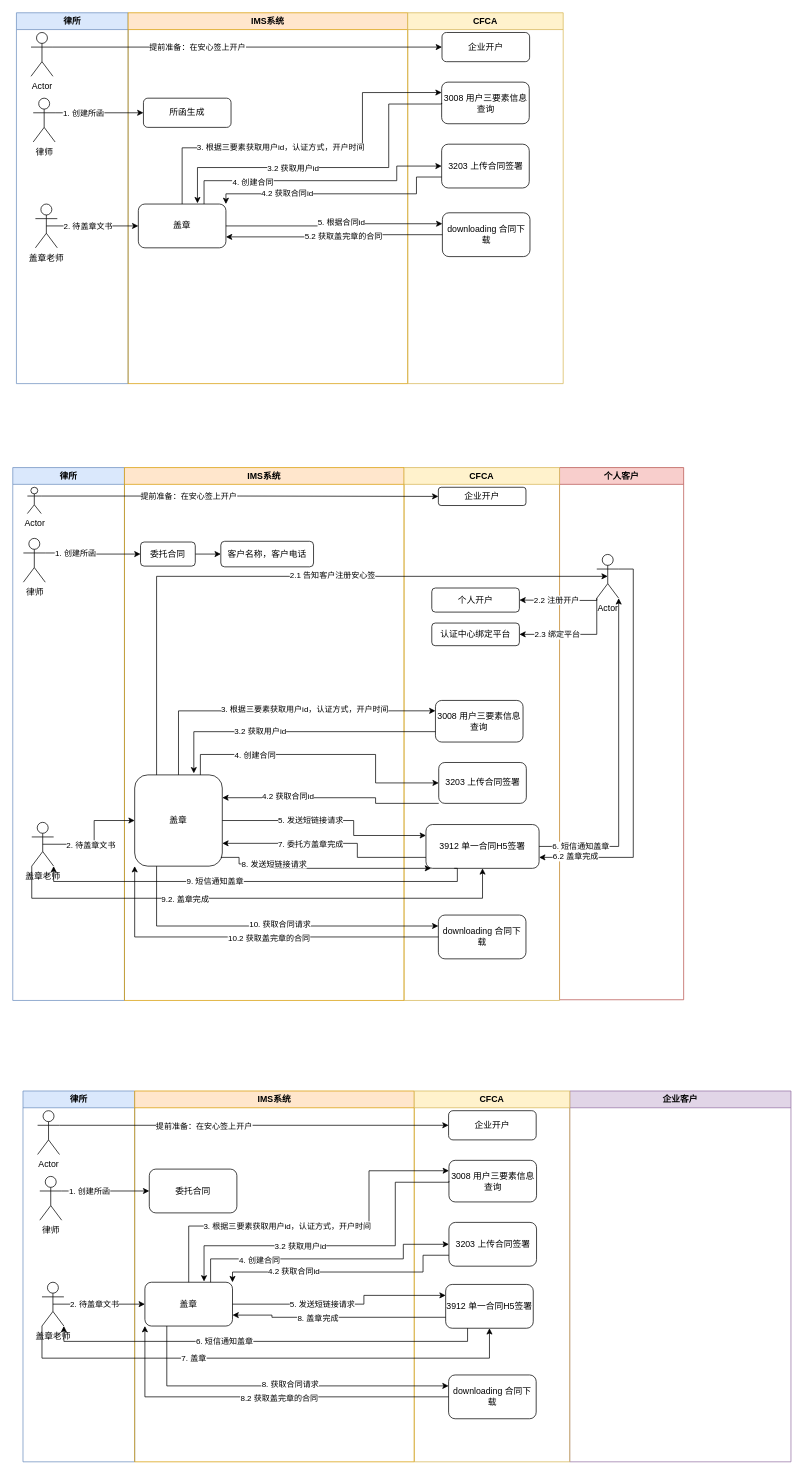
This is CFCA.drawio from hy986/Repo_0110, a draw.io file, before an edit. Source tidied: cells renumbered, new cells numbered last; positions are measured from the earlier drawing's top-left corner, leaving out a move shared by most shapes. Both pictures are drawn from the tidied source at 73%, with x=0, y=0 at pixel (12, 12).
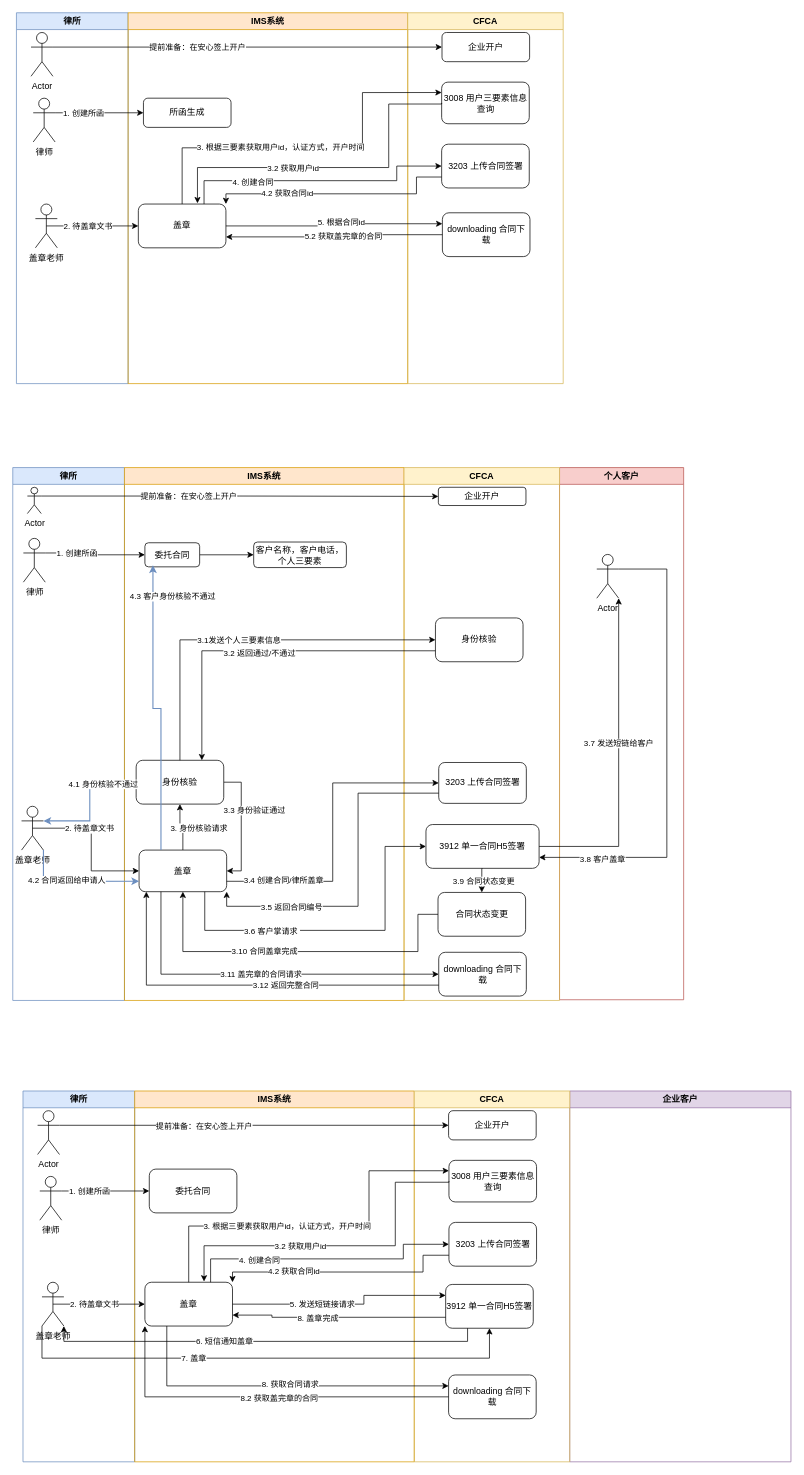
After the change.

The change refers to these unchanged cells:
```xml
<mxCell id="10" value="Actor" style="shape=umlActor;verticalLabelPosition=bottom;verticalAlign=top;html=1;outlineConnect=0;" parent="9" vertex="1">
  <mxGeometry x="51" y="119" width="30" height="60" as="geometry" />
</mxCell>
<mxCell id="35" value="律所" style="swimlane;whiteSpace=wrap;html=1;fillColor=#dae8fc;strokeColor=#6c8ebf;" parent="1" vertex="1">
  <mxGeometry y="623" width="153" height="730" as="geometry" />
</mxCell>
<mxCell id="39" value="IMS系统" style="swimlane;whiteSpace=wrap;html=1;fillColor=#ffe6cc;strokeColor=#d79b00;" parent="1" vertex="1">
  <mxGeometry x="153" y="623" width="383" height="730" as="geometry" />
</mxCell>
<mxCell id="48" value="CFCA" style="swimlane;whiteSpace=wrap;html=1;fillColor=#fff2cc;strokeColor=#d6b656;" parent="1" vertex="1">
  <mxGeometry x="536" y="623" width="213" height="730" as="geometry" />
</mxCell>
<mxCell id="49" value="3203&amp;nbsp;上传合同签署" style="rounded=1;whiteSpace=wrap;html=1;" parent="48" vertex="1">
  <mxGeometry x="47.5" y="404" width="120" height="56" as="geometry" />
</mxCell>
<mxCell id="51" value="3912&amp;nbsp;单一合同H5签署" style="rounded=1;whiteSpace=wrap;html=1;" parent="48" vertex="1">
  <mxGeometry x="30" y="489" width="155" height="60" as="geometry" />
</mxCell>
<mxCell id="123" style="edgeStyle=orthogonalEdgeStyle;rounded=0;jettySize=auto;html=1;exitX=1;exitY=0.5;exitDx=0;exitDy=0;entryX=1;entryY=1;entryDx=0;entryDy=0;entryPerimeter=0;" parent="1" edge="1" source="51" target="10">
  <mxGeometry relative="1" as="geometry" />
</mxCell>
```

Diff of the diagram source:
```diff
@@
     <mxCell id="37" value="盖章老师" style="shape=umlActor;verticalLabelPosition=bottom;verticalAlign=top;html=1;outlineConnect=0;" parent="35" vertex="1">
-      <mxGeometry x="26" y="486" width="30" height="60" as="geometry" />
+      <mxGeometry x="12" y="464" width="30" height="60" as="geometry" />
     </mxCell>
@@
     <mxCell id="41" value="委托合同" style="rounded=1;whiteSpace=wrap;html=1;" parent="39" vertex="1">
-      <mxGeometry x="22" y="102" width="75" height="33" as="geometry" />
+      <mxGeometry x="28" y="103" width="75" height="33" as="geometry" />
     </mxCell>
+    <mxCell id="129" style="edgeStyle=orthogonalEdgeStyle;rounded=0;jettySize=auto;html=1;exitX=0.5;exitY=0;exitDx=0;exitDy=0;" parent="39" edge="1" source="42" target="133">
+      <mxGeometry relative="1" as="geometry" />
+    </mxCell>
+    <mxCell id="130" value="3. 身份核验请求" style="edgeLabel;html=1;align=center;verticalAlign=middle;" parent="129" vertex="1">
+      <mxGeometry x="0.28" y="1" relative="1" as="geometry">
+        <mxPoint x="26" y="8" as="offset" />
+      </mxGeometry>
+    </mxCell>
     <mxCell id="42" value="盖章" style="rounded=1;whiteSpace=wrap;html=1;" parent="39" vertex="1">
-      <mxGeometry x="14" y="421" width="120" height="125" as="geometry" />
+      <mxGeometry x="20" y="524" width="120" height="57" as="geometry" />
     </mxCell>
-    <mxCell id="43" value="客户名称，客户电话" style="rounded=1;whiteSpace=wrap;html=1;" parent="39" vertex="1">
-      <mxGeometry x="132" y="101" width="127" height="35" as="geometry" />
+    <mxCell id="43" value="客户名称，客户电话，个人三要素" style="rounded=1;whiteSpace=wrap;html=1;" parent="39" vertex="1">
+      <mxGeometry x="177" y="102" width="127" height="35" as="geometry" />
     </mxCell>
+    <mxCell id="131" style="edgeStyle=orthogonalEdgeStyle;rounded=0;jettySize=auto;html=1;exitX=1;exitY=0.5;exitDx=0;exitDy=0;entryX=1;entryY=0.5;entryDx=0;entryDy=0;" parent="39" edge="1" source="133" target="42">
+      <mxGeometry relative="1" as="geometry" />
+    </mxCell>
+    <mxCell id="132" value="3.3 身份验证通过" style="edgeLabel;html=1;align=center;verticalAlign=middle;" parent="131" vertex="1">
+      <mxGeometry y="-1" relative="1" as="geometry">
+        <mxPoint x="18" y="-21" as="offset" />
+      </mxGeometry>
+    </mxCell>
+    <mxCell id="133" value="身份核验" style="rounded=1;whiteSpace=wrap;html=1;" parent="39" vertex="1">
+      <mxGeometry x="16" y="401" width="120" height="60" as="geometry" />
+    </mxCell>
+    <mxCell id="134" style="edgeStyle=orthogonalEdgeStyle;rounded=0;jettySize=auto;html=1;exitX=0.25;exitY=0;exitDx=0;exitDy=0;entryX=0.147;entryY=0.939;entryDx=0;entryDy=0;entryPerimeter=0;fillColor=#dae8fc;strokeColor=#6c8ebf;strokeWidth=1.5;" parent="39" edge="1" source="42" target="41">
+      <mxGeometry relative="1" as="geometry" />
+    </mxCell>
+    <mxCell id="135" value="4.3 客户身份核验不通过" style="edgeLabel;html=1;align=center;verticalAlign=middle;" parent="134" vertex="1">
+      <mxGeometry x="0.54" relative="1" as="geometry">
+        <mxPoint x="26" y="-50" as="offset" />
+      </mxGeometry>
+    </mxCell>
@@
-    <mxCell id="50" value="3008&amp;nbsp;用户三要素信息查询" style="rounded=1;whiteSpace=wrap;html=1;" parent="48" vertex="1">
-      <mxGeometry x="43" y="319" width="120" height="57" as="geometry" />
-    </mxCell>
+    <mxCell id="136" style="edgeStyle=orthogonalEdgeStyle;rounded=0;jettySize=auto;html=1;exitX=0.5;exitY=1;exitDx=0;exitDy=0;entryX=0.5;entryY=0;entryDx=0;entryDy=0;" parent="48" edge="1" source="51" target="139">
+      <mxGeometry relative="1" as="geometry" />
+    </mxCell>
+    <mxCell id="137" value="3.9 合同状态变更" style="edgeLabel;html=1;align=center;verticalAlign=middle;" parent="136" vertex="1">
+      <mxGeometry x="0.06" y="2" relative="1" as="geometry" />
+    </mxCell>
@@
     <mxCell id="53" value="downloading 合同下载" style="rounded=1;whiteSpace=wrap;html=1;" parent="48" vertex="1">
-      <mxGeometry x="47" y="613" width="120" height="60" as="geometry" />
+      <mxGeometry x="47.5" y="664" width="120" height="60" as="geometry" />
     </mxCell>
-    <mxCell id="54" value="个人开户" style="rounded=1;whiteSpace=wrap;html=1;" parent="48" vertex="1">
-      <mxGeometry x="38" y="165" width="120" height="33" as="geometry" />
-    </mxCell>
-    <mxCell id="55" value="认证中心绑定平台" style="rounded=1;whiteSpace=wrap;html=1;" parent="48" vertex="1">
-      <mxGeometry x="38" y="213" width="120" height="31" as="geometry" />
-    </mxCell>
-    <mxCell id="56" style="edgeStyle=orthogonalEdgeStyle;rounded=0;jettySize=auto;html=1;exitX=0.75;exitY=0;exitDx=0;exitDy=0;entryX=0;entryY=0.5;entryDx=0;entryDy=0;" parent="1" edge="1" source="42" target="49">
-      <mxGeometry relative="1" as="geometry">
-        <Array as="points">
-          <mxPoint x="257" y="1016" />
-          <mxPoint x="497" y="1016" />
-          <mxPoint x="497" y="1055" />
-        </Array>
-      </mxGeometry>
-    </mxCell>
-    <mxCell id="57" value="4. 创建合同" style="edgeLabel;html=1;align=center;verticalAlign=middle;" parent="56" vertex="1">
-      <mxGeometry x="-0.48" y="-1" relative="1" as="geometry" />
-    </mxCell>
-    <mxCell id="58" style="edgeStyle=orthogonalEdgeStyle;rounded=0;jettySize=auto;html=1;exitX=0.5;exitY=0;exitDx=0;exitDy=0;entryX=0;entryY=0.25;entryDx=0;entryDy=0;" parent="1" edge="1" source="42" target="50">
-      <mxGeometry relative="1" as="geometry">
-        <Array as="points">
-          <mxPoint x="227" y="956" />
-        </Array>
-      </mxGeometry>
-    </mxCell>
-    <mxCell id="59" value="3. 根据三要素获取用户id，认证方式，开户时间" style="edgeLabel;html=1;align=center;verticalAlign=middle;" parent="58" vertex="1">
-      <mxGeometry x="-0.46" y="2" relative="1" as="geometry">
-        <mxPoint x="141" as="offset" />
-      </mxGeometry>
-    </mxCell>
-    <mxCell id="60" style="edgeStyle=orthogonalEdgeStyle;rounded=0;jettySize=auto;html=1;exitX=1;exitY=0.5;exitDx=0;exitDy=0;entryX=0;entryY=0.25;entryDx=0;entryDy=0;" parent="1" edge="1" source="42" target="51">
-      <mxGeometry relative="1" as="geometry">
-        <Array as="points">
-          <mxPoint x="467" y="1107" />
-          <mxPoint x="467" y="1127" />
-        </Array>
-      </mxGeometry>
-    </mxCell>
-    <mxCell id="61" value="5. 发送短链接请求" style="edgeLabel;html=1;align=center;verticalAlign=middle;" parent="60" vertex="1">
-      <mxGeometry x="-0.2" relative="1" as="geometry" />
-    </mxCell>
-    <mxCell id="62" style="edgeStyle=orthogonalEdgeStyle;rounded=0;jettySize=auto;html=1;entryX=1;entryY=1;entryDx=0;entryDy=0;exitX=0.25;exitY=1;exitDx=0;exitDy=0;entryPerimeter=0;" parent="1" edge="1" source="51" target="37">
-      <mxGeometry relative="1" as="geometry">
-        <Array as="points">
-          <mxPoint x="609" y="1190" />
-          <mxPoint x="56" y="1190" />
-        </Array>
-      </mxGeometry>
-    </mxCell>
-    <mxCell id="63" value="9. 短信通知盖章" style="edgeLabel;html=1;align=center;verticalAlign=middle;" parent="62" vertex="1">
-      <mxGeometry x="0.19" y="-1" relative="1" as="geometry" />
-    </mxCell>
-    <mxCell id="64" style="edgeStyle=orthogonalEdgeStyle;rounded=0;jettySize=auto;html=1;exitX=0;exitY=1;exitDx=0;exitDy=0;exitPerimeter=0;entryX=0.5;entryY=1;entryDx=0;entryDy=0;" parent="1" edge="1" source="37" target="51">
-      <mxGeometry relative="1" as="geometry">
-        <Array as="points">
-          <mxPoint x="26" y="1213" />
-          <mxPoint x="644" y="1213" />
-        </Array>
-      </mxGeometry>
-    </mxCell>
-    <mxCell id="65" value="9.2. 盖章完成" style="edgeLabel;html=1;align=center;verticalAlign=middle;" parent="64" vertex="1">
-      <mxGeometry x="-0.28" relative="1" as="geometry" />
-    </mxCell>
-    <mxCell id="66" style="edgeStyle=orthogonalEdgeStyle;rounded=0;jettySize=auto;html=1;entryX=1;entryY=0.75;entryDx=0;entryDy=0;exitX=0;exitY=0.75;exitDx=0;exitDy=0;" parent="1" edge="1" source="51" target="42">
-      <mxGeometry relative="1" as="geometry">
-        <Array as="points">
-          <mxPoint x="472" y="1157" />
-          <mxPoint x="472" y="1138" />
-        </Array>
-      </mxGeometry>
-    </mxCell>
-    <mxCell id="67" value="7. 委托方盖章完成" style="edgeLabel;html=1;align=center;verticalAlign=middle;" parent="66" vertex="1">
-      <mxGeometry x="0.38" y="-4" relative="1" as="geometry">
-        <mxPoint x="28" y="5" as="offset" />
-      </mxGeometry>
-    </mxCell>
-    <mxCell id="68" style="edgeStyle=orthogonalEdgeStyle;rounded=0;jettySize=auto;html=1;entryX=0.675;entryY=-0.017;entryDx=0;entryDy=0;entryPerimeter=0;exitX=0;exitY=0.75;exitDx=0;exitDy=0;" parent="1" edge="1" source="50" target="42">
-      <mxGeometry relative="1" as="geometry">
-        <Array as="points">
-          <mxPoint x="248" y="985" />
-        </Array>
-      </mxGeometry>
-    </mxCell>
-    <mxCell id="69" value="3.2 获取用户id" style="edgeLabel;html=1;align=center;verticalAlign=middle;" parent="68" vertex="1">
-      <mxGeometry x="0.24" relative="1" as="geometry" />
-    </mxCell>
+    <mxCell id="138" value="身份核验" style="rounded=1;whiteSpace=wrap;html=1;" parent="48" vertex="1">
+      <mxGeometry x="43" y="206" width="120" height="60" as="geometry" />
+    </mxCell>
+    <mxCell id="139" value="合同状态变更" style="rounded=1;whiteSpace=wrap;html=1;" parent="48" vertex="1">
+      <mxGeometry x="46.5" y="582" width="120" height="60" as="geometry" />
+    </mxCell>
@@
-    <mxCell id="72" style="edgeStyle=orthogonalEdgeStyle;rounded=0;jettySize=auto;html=1;exitX=0;exitY=1;exitDx=0;exitDy=0;entryX=1;entryY=0.25;entryDx=0;entryDy=0;" parent="1" edge="1" source="49" target="42">
-      <mxGeometry relative="1" as="geometry">
-        <Array as="points">
-          <mxPoint x="497" y="1083" />
-          <mxPoint x="497" y="1075" />
-        </Array>
-      </mxGeometry>
-    </mxCell>
-    <mxCell id="73" value="4.2 获取合同id" style="edgeLabel;html=1;align=center;verticalAlign=middle;" parent="72" vertex="1">
-      <mxGeometry x="0.42" y="-2" relative="1" as="geometry">
-        <mxPoint x="1" as="offset" />
-      </mxGeometry>
-    </mxCell>
-    <mxCell id="74" style="edgeStyle=orthogonalEdgeStyle;rounded=0;jettySize=auto;html=1;exitX=0;exitY=0.5;exitDx=0;exitDy=0;entryX=0;entryY=1;entryDx=0;entryDy=0;" parent="1" edge="1" source="53" target="42">
-      <mxGeometry relative="1" as="geometry" />
-    </mxCell>
-    <mxCell id="75" value="10.2 获取盖完章的合同" style="edgeLabel;html=1;align=center;verticalAlign=middle;" parent="74" vertex="1">
-      <mxGeometry x="-0.09" y="1" relative="1" as="geometry" />
-    </mxCell>
-    <mxCell id="76" style="edgeStyle=orthogonalEdgeStyle;rounded=0;jettySize=auto;html=1;exitX=0.25;exitY=1;exitDx=0;exitDy=0;entryX=0;entryY=0.25;entryDx=0;entryDy=0;" parent="1" edge="1" source="42" target="53">
-      <mxGeometry relative="1" as="geometry" />
-    </mxCell>
-    <mxCell id="77" value="10. 获取合同请求" style="edgeLabel;html=1;align=center;verticalAlign=middle;" parent="76" vertex="1">
-      <mxGeometry x="0.07" y="3" relative="1" as="geometry" />
-    </mxCell>
@@
-    <mxCell id="117" style="edgeStyle=orthogonalEdgeStyle;rounded=0;jettySize=auto;html=1;exitX=0.25;exitY=0;exitDx=0;exitDy=0;entryX=0.5;entryY=0.5;entryDx=0;entryDy=0;entryPerimeter=0;" parent="1" edge="1" source="42" target="10">
-      <mxGeometry relative="1" as="geometry">
-        <Array as="points">
-          <mxPoint x="197" y="772" />
-        </Array>
-      </mxGeometry>
-    </mxCell>
-    <mxCell id="118" value="2.1 告知客户注册安心签" style="edgeLabel;html=1;align=center;verticalAlign=middle;" parent="117" vertex="1">
-      <mxGeometry x="0.15" y="2" relative="1" as="geometry" />
-    </mxCell>
-    <mxCell id="119" style="edgeStyle=orthogonalEdgeStyle;rounded=0;jettySize=auto;html=1;exitX=0;exitY=1;exitDx=0;exitDy=0;exitPerimeter=0;entryX=1;entryY=0.5;entryDx=0;entryDy=0;" parent="1" edge="1" source="10" target="54">
-      <mxGeometry relative="1" as="geometry">
-        <Array as="points">
-          <mxPoint x="800" y="805" />
-          <mxPoint x="747" y="805" />
-        </Array>
-      </mxGeometry>
-    </mxCell>
-    <mxCell id="120" value="2.2 注册开户" style="edgeLabel;html=1;align=center;verticalAlign=middle;" parent="119" vertex="1">
-      <mxGeometry x="0.23" y="1" relative="1" as="geometry">
-        <mxPoint x="9" y="-1" as="offset" />
-      </mxGeometry>
-    </mxCell>
-    <mxCell id="121" style="edgeStyle=orthogonalEdgeStyle;rounded=0;jettySize=auto;html=1;exitX=0;exitY=1;exitDx=0;exitDy=0;exitPerimeter=0;entryX=1;entryY=0.5;entryDx=0;entryDy=0;" parent="1" edge="1" source="10" target="55">
-      <mxGeometry relative="1" as="geometry" />
-    </mxCell>
-    <mxCell id="122" value="2.3 绑定平台" style="edgeLabel;html=1;align=center;verticalAlign=middle;" parent="121" vertex="1">
-      <mxGeometry x="0.51" y="1" relative="1" as="geometry">
-        <mxPoint x="13" y="-1" as="offset" />
-      </mxGeometry>
-    </mxCell>
+    <mxCell id="140" style="edgeStyle=orthogonalEdgeStyle;rounded=0;jettySize=auto;html=1;exitX=0.5;exitY=0;exitDx=0;exitDy=0;entryX=0;entryY=0.5;entryDx=0;entryDy=0;" parent="1" edge="1" source="133" target="138">
+      <mxGeometry relative="1" as="geometry" />
+    </mxCell>
+    <mxCell id="141" value="3.1发送个人三要素信息" style="edgeLabel;html=1;align=center;verticalAlign=middle;" parent="140" vertex="1">
+      <mxGeometry x="-0.05" relative="1" as="geometry" />
+    </mxCell>
+    <mxCell id="142" style="edgeStyle=orthogonalEdgeStyle;rounded=0;jettySize=auto;html=1;exitX=0;exitY=0.75;exitDx=0;exitDy=0;entryX=0.75;entryY=0;entryDx=0;entryDy=0;" parent="1" edge="1" source="138" target="133">
+      <mxGeometry relative="1" as="geometry" />
+    </mxCell>
+    <mxCell id="143" value="3.2 返回通过/不通过" style="edgeLabel;html=1;align=center;verticalAlign=middle;" parent="142" vertex="1">
+      <mxGeometry x="0.03" y="3" relative="1" as="geometry" />
+    </mxCell>
+    <mxCell id="144" style="edgeStyle=orthogonalEdgeStyle;rounded=0;jettySize=auto;html=1;exitX=0;exitY=0.5;exitDx=0;exitDy=0;entryX=1;entryY=0.3333333333333333;entryDx=0;entryDy=0;entryPerimeter=0;fillColor=#dae8fc;strokeColor=#6c8ebf;strokeWidth=1.5;" parent="1" edge="1" source="133" target="37">
+      <mxGeometry relative="1" as="geometry" />
+    </mxCell>
+    <mxCell id="145" value="4.1 身份核验不通过" style="edgeLabel;html=1;align=center;verticalAlign=middle;" parent="144" vertex="1">
+      <mxGeometry x="-0.49" y="2" relative="1" as="geometry" />
+    </mxCell>
+    <mxCell id="146" style="edgeStyle=orthogonalEdgeStyle;rounded=0;jettySize=auto;html=1;exitX=1;exitY=1;exitDx=0;exitDy=0;exitPerimeter=0;entryX=0;entryY=0.75;entryDx=0;entryDy=0;fillColor=#dae8fc;strokeColor=#6c8ebf;strokeWidth=1.5;" parent="1" edge="1" source="37" target="42">
+      <mxGeometry relative="1" as="geometry" />
+    </mxCell>
+    <mxCell id="147" value="4.2 合同返回给申请人" style="edgeLabel;html=1;align=center;verticalAlign=middle;" parent="146" vertex="1">
+      <mxGeometry x="-0.16" y="1" relative="1" as="geometry">
+        <mxPoint x="1" as="offset" />
+      </mxGeometry>
+    </mxCell>
+    <mxCell id="56" style="edgeStyle=orthogonalEdgeStyle;rounded=0;jettySize=auto;html=1;exitX=1;exitY=0.75;exitDx=0;exitDy=0;entryX=0;entryY=0.5;entryDx=0;entryDy=0;" parent="1" edge="1" source="42" target="49">
+      <mxGeometry relative="1" as="geometry" />
+    </mxCell>
+    <mxCell id="148" value="3.4 创建合同/律所盖章" style="edgeLabel;html=1;align=center;verticalAlign=middle;" parent="56" vertex="1">
+      <mxGeometry x="-0.64" y="1" relative="1" as="geometry" />
+    </mxCell>
+    <mxCell id="72" style="edgeStyle=orthogonalEdgeStyle;rounded=0;jettySize=auto;html=1;exitX=0;exitY=0.75;exitDx=0;exitDy=0;entryX=1;entryY=1;entryDx=0;entryDy=0;" parent="1" edge="1" source="49" target="42">
+      <mxGeometry relative="1" as="geometry">
+        <Array as="points">
+          <mxPoint x="473" y="1069" />
+          <mxPoint x="473" y="1224" />
+          <mxPoint x="293" y="1224" />
+        </Array>
+      </mxGeometry>
+    </mxCell>
+    <mxCell id="149" value="3.5 返回合同编号" style="edgeLabel;html=1;align=center;verticalAlign=middle;" parent="72" vertex="1">
+      <mxGeometry x="0.54" y="1" relative="1" as="geometry">
+        <mxPoint x="1" as="offset" />
+      </mxGeometry>
+    </mxCell>
+    <mxCell id="150" style="edgeStyle=orthogonalEdgeStyle;rounded=0;jettySize=auto;html=1;exitX=0.75;exitY=1;exitDx=0;exitDy=0;entryX=0;entryY=0.5;entryDx=0;entryDy=0;" parent="1" edge="1" source="42" target="51">
+      <mxGeometry relative="1" as="geometry">
+        <Array as="points">
+          <mxPoint x="263" y="1257" />
+          <mxPoint x="510" y="1257" />
+          <mxPoint x="510" y="1142" />
+        </Array>
+      </mxGeometry>
+    </mxCell>
+    <mxCell id="151" value="3.6 客户掌请求&amp;nbsp;" style="edgeLabel;html=1;align=center;verticalAlign=middle;" parent="150" vertex="1">
+      <mxGeometry x="-0.39" relative="1" as="geometry" />
+    </mxCell>
@@
-    <mxCell id="124" value="6. 短信通知盖章" style="edgeLabel;html=1;align=center;verticalAlign=middle;" parent="123" vertex="1">
-      <mxGeometry x="-0.75" y="1" relative="1" as="geometry" />
-    </mxCell>
+    <mxCell id="152" value="3.7 发送短链给客户" style="edgeLabel;html=1;align=center;verticalAlign=middle;" parent="123" vertex="1">
+      <mxGeometry x="0.12" y="1" relative="1" as="geometry" />
+    </mxCell>
     <mxCell id="125" style="edgeStyle=orthogonalEdgeStyle;rounded=0;jettySize=auto;html=1;exitX=1;exitY=0.3333333333333333;exitDx=0;exitDy=0;exitPerimeter=0;entryX=1;entryY=0.75;entryDx=0;entryDy=0;" parent="1" edge="1" source="10" target="51">
-      <mxGeometry relative="1" as="geometry" />
+      <mxGeometry relative="1" as="geometry">
+        <Array as="points">
+          <mxPoint x="896" y="762" />
+          <mxPoint x="896" y="1157" />
+        </Array>
+      </mxGeometry>
     </mxCell>
-    <mxCell id="126" value="6.2 盖章完成" style="edgeLabel;html=1;align=center;verticalAlign=middle;" parent="125" vertex="1">
-      <mxGeometry x="0.82" y="-2" relative="1" as="geometry" />
-    </mxCell>
-    <mxCell id="127" style="edgeStyle=orthogonalEdgeStyle;rounded=0;jettySize=auto;html=1;exitX=0.983;exitY=0.904;exitDx=0;exitDy=0;entryX=0.045;entryY=1;entryDx=0;entryDy=0;exitPerimeter=0;entryPerimeter=0;" parent="1" edge="1" source="42" target="51">
-      <mxGeometry relative="1" as="geometry">
-        <Array as="points">
-          <mxPoint x="310" y="1157" />
-          <mxPoint x="310" y="1166" />
-          <mxPoint x="358" y="1166" />
-          <mxPoint x="358" y="1172" />
-        </Array>
-      </mxGeometry>
-    </mxCell>
-    <mxCell id="128" value="8. 发送短链接请求" style="edgeLabel;html=1;align=center;verticalAlign=middle;" parent="127" vertex="1">
-      <mxGeometry x="-0.46" y="-1" relative="1" as="geometry" />
-    </mxCell>
+    <mxCell id="153" value="3.8 客户盖章" style="edgeLabel;html=1;align=center;verticalAlign=middle;" parent="125" vertex="1">
+      <mxGeometry x="0.73" y="2" relative="1" as="geometry" />
+    </mxCell>
+    <mxCell id="154" style="edgeStyle=orthogonalEdgeStyle;rounded=0;jettySize=auto;html=1;exitX=0;exitY=0.5;exitDx=0;exitDy=0;entryX=0.5;entryY=1;entryDx=0;entryDy=0;" parent="1" edge="1" source="139" target="42">
+      <mxGeometry relative="1" as="geometry">
+        <Array as="points">
+          <mxPoint x="555" y="1235" />
+          <mxPoint x="555" y="1286" />
+          <mxPoint x="233" y="1286" />
+        </Array>
+      </mxGeometry>
+    </mxCell>
+    <mxCell id="155" value="3.10 合同盖章完成" style="edgeLabel;html=1;align=center;verticalAlign=middle;" parent="154" vertex="1">
+      <mxGeometry x="0.2" y="-1" relative="1" as="geometry">
+        <mxPoint x="1" as="offset" />
+      </mxGeometry>
+    </mxCell>
+    <mxCell id="76" style="edgeStyle=orthogonalEdgeStyle;rounded=0;jettySize=auto;html=1;exitX=0.25;exitY=1;exitDx=0;exitDy=0;entryX=0;entryY=0.5;entryDx=0;entryDy=0;" parent="1" edge="1" source="42" target="53">
+      <mxGeometry relative="1" as="geometry" />
+    </mxCell>
+    <mxCell id="156" value="3.11 盖完章的合同请求" style="edgeLabel;html=1;align=center;verticalAlign=middle;" parent="76" vertex="1">
+      <mxGeometry x="0.01" y="1" relative="1" as="geometry" />
+    </mxCell>
+    <mxCell id="74" style="edgeStyle=orthogonalEdgeStyle;rounded=0;jettySize=auto;html=1;exitX=0;exitY=0.75;exitDx=0;exitDy=0;entryX=0.083;entryY=1;entryDx=0;entryDy=0;entryPerimeter=0;" parent="1" edge="1" source="53" target="42">
+      <mxGeometry relative="1" as="geometry" />
+    </mxCell>
+    <mxCell id="157" value="3.12 返回完整合同" style="edgeLabel;html=1;align=center;verticalAlign=middle;" parent="74" vertex="1">
+      <mxGeometry x="-0.2" y="-1" relative="1" as="geometry">
+        <mxPoint x="1" as="offset" />
+      </mxGeometry>
+    </mxCell>
```
